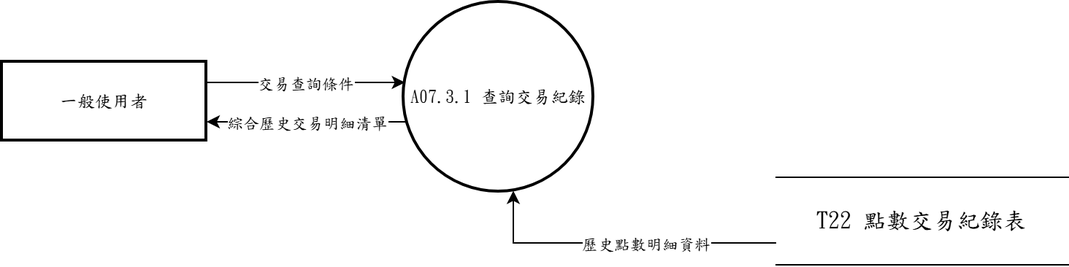
The draw.io diagram 系統文件/第6章/DFD圖/圖7/新/圖7-3.drawio.png in s22452007/115502, before a commit. Source tidied: cells renumbered, new cells last; positions are measured from the earlier drawing's top-left corner, leaving out a move shared by most shapes. Its diagram source:
```xml
<mxGraphModel>
  <root>
    <mxCell id="0" />
    <mxCell id="1" parent="0" />
    <mxCell id="2" value="一般使用者" style="whiteSpace=wrap;strokeWidth=2;fontFamily=標楷體;labelBackgroundColor=none;" parent="1" vertex="1">
      <mxGeometry y="41" width="140" height="54" as="geometry" />
    </mxCell>
    <mxCell id="3" value="A07.3.1 查詢交易紀錄" style="ellipse;strokeWidth=2;whiteSpace=wrap;fontFamily=標楷體;" parent="1" vertex="1">
      <mxGeometry x="275" width="130" height="130" as="geometry" />
    </mxCell>
    <mxCell id="4" style="edgeStyle=none;rounded=0;jettySize=auto;html=1;exitX=1.0000;exitY=0.2593;exitDx=0;exitDy=0;exitPerimeter=0;entryX=0.0060;entryY=0.4231;entryDx=0;entryDy=0;entryPerimeter=0;" parent="1" edge="1" source="2" target="3">
      <mxGeometry relative="1" as="geometry" />
    </mxCell>
    <mxCell id="5" value="交易查詢條件" style="edgeLabel;html=1;align=center;verticalAlign=middle;fontFamily=標楷體;" parent="4" vertex="1">
      <mxGeometry relative="1" as="geometry" />
    </mxCell>
    <mxCell id="6" style="edgeStyle=none;rounded=0;jettySize=auto;html=1;exitX=0.0174;exitY=0.6308;exitDx=0;exitDy=0;exitPerimeter=0;entryX=1.0000;entryY=0.7593;entryDx=0;entryDy=0;entryPerimeter=0;" parent="1" edge="1" source="3" target="2">
      <mxGeometry relative="1" as="geometry" />
    </mxCell>
    <mxCell id="7" value="綜合歷史交易明細清單" style="edgeLabel;html=1;align=center;verticalAlign=middle;fontFamily=標楷體;" parent="6" vertex="1">
      <mxGeometry relative="1" as="geometry" />
    </mxCell>
    <mxCell id="8" value="&lt;span lang=&quot;EN-US&quot; style=&quot;font-size: 12pt;&quot;&gt;T22&amp;nbsp;&lt;/span&gt;&lt;span style=&quot;font-size: 12pt;&quot;&gt;點數交易紀錄表&lt;/span&gt;" style="shape=partialRectangle;whiteSpace=wrap;html=1;left=0;right=0;fontFamily=標楷體;" parent="1" vertex="1">
      <mxGeometry x="530" y="120" width="200" height="60" as="geometry" />
    </mxCell>
    <mxCell id="9" style="edgeStyle=orthogonalEdgeStyle;rounded=0;jettySize=auto;html=1;exitX=0.0000;exitY=0.7500;exitDx=0;exitDy=0;exitPerimeter=0;entryX=0.5769;entryY=0.9940;entryDx=0;entryDy=0;entryPerimeter=0;" parent="1" edge="1" source="8" target="3">
      <mxGeometry relative="1" as="geometry">
        <Array as="points">
          <mxPoint x="350" y="165" />
        </Array>
      </mxGeometry>
    </mxCell>
    <mxCell id="10" value="歷史點數明細資料" style="edgeLabel;html=1;align=center;verticalAlign=middle;fontFamily=標楷體;" parent="9" vertex="1">
      <mxGeometry x="-0.17" relative="1" as="geometry" />
    </mxCell>
  </root>
</mxGraphModel>
```
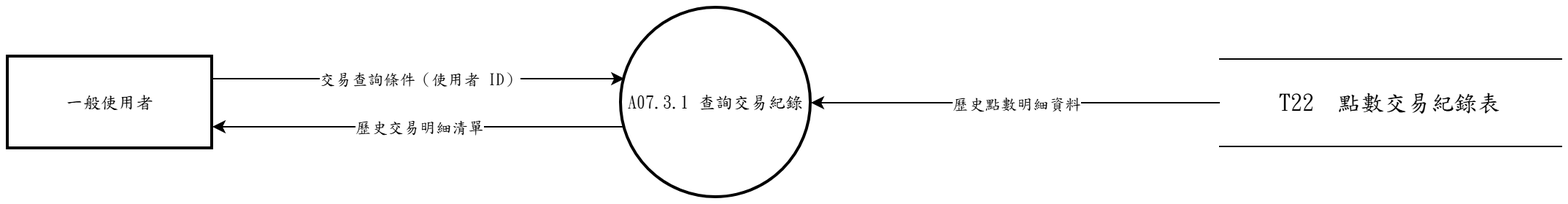
The same file after the commit.

The edit, as a diff of the source:
```diff
@@ -1,37 +1,33 @@
 <mxGraphModel>
   <root>
-    <mxCell id="0" />
-    <mxCell id="1" parent="0" />
+    <mxCell id="11" />
+    <mxCell id="12" parent="11" />
+    <mxCell id="3" value="A07.3.1 查詢交易紀錄" style="ellipse;strokeWidth=2;whiteSpace=wrap;html=1;fontFamily=標楷體;" parent="12" vertex="1">
+      <mxGeometry x="-220" y="-510" width="130" height="130" as="geometry" />
+    </mxCell>
-    <mxCell id="2" value="一般使用者" style="whiteSpace=wrap;strokeWidth=2;fontFamily=標楷體;labelBackgroundColor=none;" parent="1" vertex="1">
-      <mxGeometry y="41" width="140" height="54" as="geometry" />
+    <mxCell id="2" value="一般使用者" style="whiteSpace=wrap;strokeWidth=2;html=1;fontFamily=標楷體;" parent="12" vertex="1">
+      <mxGeometry x="-640" y="-476.5" width="140" height="63" as="geometry" />
     </mxCell>
-    <mxCell id="3" value="A07.3.1 查詢交易紀錄" style="ellipse;strokeWidth=2;whiteSpace=wrap;fontFamily=標楷體;" parent="1" vertex="1">
-      <mxGeometry x="275" width="130" height="130" as="geometry" />
-    </mxCell>
+    <mxCell id="8" value="T22  點數交易紀錄表" style="shape=partialRectangle;whiteSpace=wrap;html=1;left=0;right=0;fontFamily=標楷體;fontSize=16;" parent="12" vertex="1">
+      <mxGeometry x="190" y="-475" width="234" height="60" as="geometry" />
+    </mxCell>
-    <mxCell id="4" style="edgeStyle=none;rounded=0;jettySize=auto;html=1;exitX=1.0000;exitY=0.2593;exitDx=0;exitDy=0;exitPerimeter=0;entryX=0.0060;entryY=0.4231;entryDx=0;entryDy=0;entryPerimeter=0;" parent="1" edge="1" source="2" target="3">
+    <mxCell id="4" style="edgeStyle=none;rounded=0;html=1;fontFamily=標楷體;endArrow=classic;exitX=1.0000;exitY=0.2383;exitDx=0;exitDy=0;exitPerimeter=0;entryX=0.0163;entryY=0.3733;entryDx=0;entryDy=0;entryPerimeter=0;" parent="12" edge="1" source="2" target="3">
       <mxGeometry relative="1" as="geometry" />
     </mxCell>
-    <mxCell id="5" value="交易查詢條件" style="edgeLabel;html=1;align=center;verticalAlign=middle;fontFamily=標楷體;" parent="4" vertex="1">
-      <mxGeometry relative="1" as="geometry" />
-    </mxCell>
-    <mxCell id="6" style="edgeStyle=none;rounded=0;jettySize=auto;html=1;exitX=0.0174;exitY=0.6308;exitDx=0;exitDy=0;exitPerimeter=0;entryX=1.0000;entryY=0.7593;entryDx=0;entryDy=0;entryPerimeter=0;" parent="1" edge="1" source="3" target="2">
-      <mxGeometry relative="1" as="geometry" />
-    </mxCell>
-    <mxCell id="7" value="綜合歷史交易明細清單" style="edgeLabel;html=1;align=center;verticalAlign=middle;fontFamily=標楷體;" parent="6" vertex="1">
-      <mxGeometry relative="1" as="geometry" />
-    </mxCell>
-    <mxCell id="8" value="&lt;span lang=&quot;EN-US&quot; style=&quot;font-size: 12pt;&quot;&gt;T22&amp;nbsp;&lt;/span&gt;&lt;span style=&quot;font-size: 12pt;&quot;&gt;點數交易紀錄表&lt;/span&gt;" style="shape=partialRectangle;whiteSpace=wrap;html=1;left=0;right=0;fontFamily=標楷體;" parent="1" vertex="1">
-      <mxGeometry x="530" y="120" width="200" height="60" as="geometry" />
-    </mxCell>
+    <mxCell id="13" value="交易查詢條件（使用者 ID）" style="edgeLabel;html=1;align=center;verticalAlign=middle;fontFamily=標楷體;" parent="4" vertex="1">
+      <mxGeometry relative="1" as="geometry" />
+    </mxCell>
-    <mxCell id="9" style="edgeStyle=orthogonalEdgeStyle;rounded=0;jettySize=auto;html=1;exitX=0.0000;exitY=0.7500;exitDx=0;exitDy=0;exitPerimeter=0;entryX=0.5769;entryY=0.9940;entryDx=0;entryDy=0;entryPerimeter=0;" parent="1" edge="1" source="8" target="3">
-      <mxGeometry relative="1" as="geometry">
-        <Array as="points">
-          <mxPoint x="350" y="165" />
-        </Array>
-      </mxGeometry>
+    <mxCell id="9" style="edgeStyle=none;rounded=0;html=1;fontFamily=標楷體;endArrow=classic;exitX=0.0000;exitY=0.5000;exitDx=0;exitDy=0;exitPerimeter=0;entryX=1.0000;entryY=0.5000;entryDx=0;entryDy=0;entryPerimeter=0;" parent="12" edge="1" source="8" target="3">
+      <mxGeometry relative="1" as="geometry" />
     </mxCell>
     <mxCell id="10" value="歷史點數明細資料" style="edgeLabel;html=1;align=center;verticalAlign=middle;fontFamily=標楷體;" parent="9" vertex="1">
-      <mxGeometry x="-0.17" relative="1" as="geometry" />
+      <mxGeometry relative="1" as="geometry" />
     </mxCell>
+    <mxCell id="6" style="edgeStyle=none;rounded=0;html=1;fontFamily=標楷體;endArrow=classic;exitX=0.0163;exitY=0.6267;exitDx=0;exitDy=0;exitPerimeter=0;entryX=1.0000;entryY=0.7617;entryDx=0;entryDy=0;entryPerimeter=0;" parent="12" edge="1" source="3" target="2">
+      <mxGeometry relative="1" as="geometry" />
+    </mxCell>
+    <mxCell id="14" value="歷史交易明細清單" style="edgeLabel;html=1;align=center;verticalAlign=middle;fontFamily=標楷體;" parent="6" vertex="1">
+      <mxGeometry relative="1" as="geometry" />
+    </mxCell>
   </root>
 </mxGraphModel>
```
